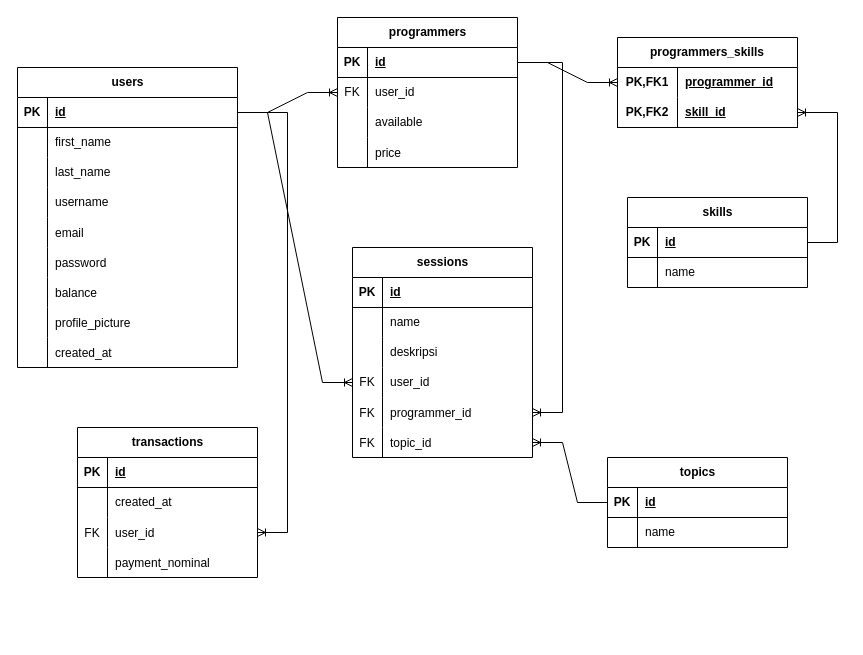
The draw.io diagram page "ERD" (1 of 2) of design/haloDev.drawio in leviis10/halo-dev, before the edit. Source tidied: cells renumbered, new cells numbered last; positions are measured from the earlier drawing's top-left corner, leaving out a move shared by most shapes. Both pictures are drawn from the tidied source at 100%, with x=0, y=0 at pixel (17, 17).
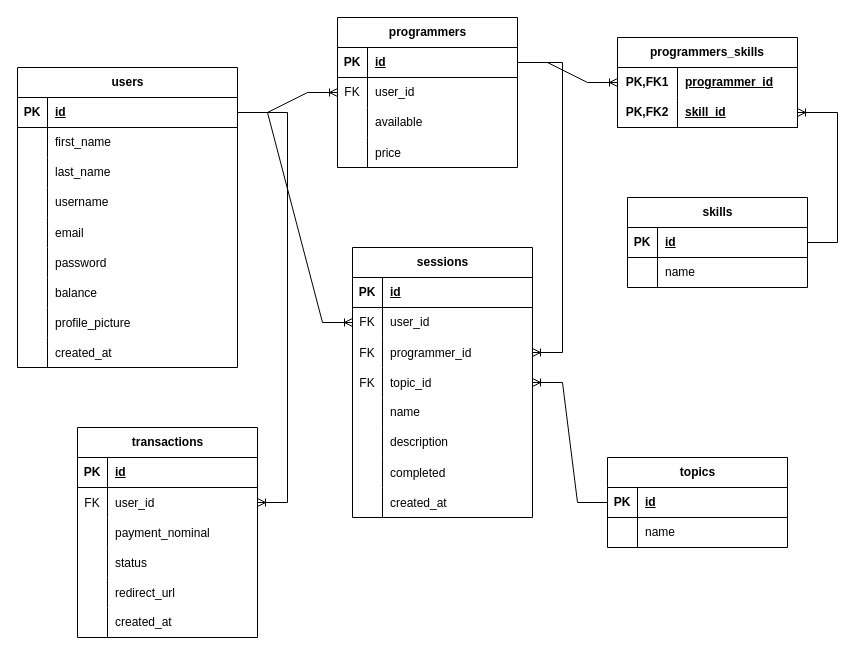
Above is the later version.

Change to the diagram source:
```diff
@@
     <mxCell id="60" value="transactions" style="shape=table;startSize=30;childLayout=tableLayout;rowLines=0;fontStyle=1;align=center;html=1;" parent="1" vertex="1">
-      <mxGeometry x="60" y="410" width="180" height="150" as="geometry" />
+      <mxGeometry x="60" y="410" width="180" height="210" as="geometry" />
     </mxCell>
@@
-    <mxCell id="64" style="shape=tableRow;horizontal=0;startSize=0;swimlaneHead=0;swimlaneBody=0;fillColor=none;top=0;left=0;right=0;bottom=0;" parent="60" vertex="1">
-      <mxGeometry y="60" width="180" height="30" as="geometry" />
-    </mxCell>
-    <mxCell id="65" style="shape=partialRectangle;fillColor=none;top=0;left=0;bottom=0;right=0;overflow=hidden;whiteSpace=wrap;html=1;" parent="64" vertex="1">
-      <mxGeometry width="30" height="30" as="geometry" />
-    </mxCell>
-    <mxCell id="66" value="created_at" style="shape=partialRectangle;fillColor=none;top=0;left=0;bottom=0;right=0;align=left;spacingLeft=6;overflow=hidden;whiteSpace=wrap;html=1;" parent="64" vertex="1">
-      <mxGeometry x="30" width="150" height="30" as="geometry" />
-    </mxCell>
     <mxCell id="67" style="shape=tableRow;horizontal=0;startSize=0;swimlaneHead=0;swimlaneBody=0;fillColor=none;points=[[0,0.5],[1,0.5]];portConstraint=eastwest;top=0;left=0;right=0;bottom=0;" parent="60" vertex="1">
-      <mxGeometry y="90" width="180" height="30" as="geometry" />
+      <mxGeometry y="60" width="180" height="30" as="geometry" />
     </mxCell>
@@
     <mxCell id="70" style="shape=tableRow;horizontal=0;startSize=0;swimlaneHead=0;swimlaneBody=0;fillColor=none;top=0;left=0;right=0;bottom=0;" parent="60" vertex="1">
-      <mxGeometry y="120" width="180" height="30" as="geometry" />
+      <mxGeometry y="90" width="180" height="30" as="geometry" />
     </mxCell>
@@
+    <mxCell id="103" style="shape=tableRow;horizontal=0;startSize=0;swimlaneHead=0;swimlaneBody=0;fillColor=none;top=0;left=0;right=0;bottom=0;" parent="60" vertex="1">
+      <mxGeometry y="120" width="180" height="30" as="geometry" />
+    </mxCell>
+    <mxCell id="104" style="shape=partialRectangle;fillColor=none;top=0;left=0;bottom=0;right=0;overflow=hidden;" parent="103" vertex="1">
+      <mxGeometry width="30" height="30" as="geometry" />
+    </mxCell>
+    <mxCell id="105" value="status" style="shape=partialRectangle;fillColor=none;top=0;left=0;bottom=0;right=0;align=left;spacingLeft=6;overflow=hidden;" parent="103" vertex="1">
+      <mxGeometry x="30" width="150" height="30" as="geometry" />
+    </mxCell>
+    <mxCell id="106" style="shape=tableRow;horizontal=0;startSize=0;swimlaneHead=0;swimlaneBody=0;fillColor=none;top=0;left=0;right=0;bottom=0;" parent="60" vertex="1">
+      <mxGeometry y="150" width="180" height="30" as="geometry" />
+    </mxCell>
+    <mxCell id="107" style="shape=partialRectangle;fillColor=none;top=0;left=0;bottom=0;right=0;overflow=hidden;" parent="106" vertex="1">
+      <mxGeometry width="30" height="30" as="geometry" />
+    </mxCell>
+    <mxCell id="108" value="redirect_url" style="shape=partialRectangle;fillColor=none;top=0;left=0;bottom=0;right=0;align=left;spacingLeft=6;overflow=hidden;" parent="106" vertex="1">
+      <mxGeometry x="30" width="150" height="30" as="geometry" />
+    </mxCell>
+    <mxCell id="64" style="shape=tableRow;horizontal=0;startSize=0;swimlaneHead=0;swimlaneBody=0;fillColor=none;top=0;left=0;right=0;bottom=0;" parent="60" vertex="1">
+      <mxGeometry y="180" width="180" height="30" as="geometry" />
+    </mxCell>
+    <mxCell id="65" style="shape=partialRectangle;fillColor=none;top=0;left=0;bottom=0;right=0;overflow=hidden;whiteSpace=wrap;html=1;" parent="64" vertex="1">
+      <mxGeometry width="30" height="30" as="geometry" />
+    </mxCell>
+    <mxCell id="66" value="created_at" style="shape=partialRectangle;fillColor=none;top=0;left=0;bottom=0;right=0;align=left;spacingLeft=6;overflow=hidden;whiteSpace=wrap;html=1;" parent="64" vertex="1">
+      <mxGeometry x="30" width="150" height="30" as="geometry" />
+    </mxCell>
@@
     <mxCell id="80" value="sessions" style="shape=table;startSize=30;childLayout=tableLayout;rowLines=0;fontStyle=1;align=center;html=1;" parent="1" vertex="1">
-      <mxGeometry x="335" y="230" width="180" height="210" as="geometry" />
+      <mxGeometry x="335" y="230" width="180" height="270" as="geometry" />
     </mxCell>
@@
-    <mxCell id="84" style="shape=tableRow;horizontal=0;startSize=0;swimlaneHead=0;swimlaneBody=0;fillColor=none;top=0;left=0;right=0;bottom=0;" parent="80" vertex="1">
-      <mxGeometry y="60" width="180" height="30" as="geometry" />
-    </mxCell>
-    <mxCell id="85" style="shape=partialRectangle;fillColor=none;top=0;left=0;bottom=0;right=0;overflow=hidden;whiteSpace=wrap;html=1;" parent="84" vertex="1">
-      <mxGeometry width="30" height="30" as="geometry" />
-    </mxCell>
-    <mxCell id="86" value="name" style="shape=partialRectangle;fillColor=none;top=0;left=0;bottom=0;right=0;align=left;spacingLeft=6;overflow=hidden;whiteSpace=wrap;html=1;" parent="84" vertex="1">
-      <mxGeometry x="30" width="150" height="30" as="geometry" />
-    </mxCell>
-    <mxCell id="87" style="shape=tableRow;horizontal=0;startSize=0;swimlaneHead=0;swimlaneBody=0;fillColor=none;top=0;left=0;right=0;bottom=0;" parent="80" vertex="1">
-      <mxGeometry y="90" width="180" height="30" as="geometry" />
-    </mxCell>
-    <mxCell id="88" style="shape=partialRectangle;fillColor=none;top=0;left=0;bottom=0;right=0;overflow=hidden;whiteSpace=wrap;html=1;" parent="87" vertex="1">
-      <mxGeometry width="30" height="30" as="geometry" />
-    </mxCell>
-    <mxCell id="89" value="deskripsi" style="shape=partialRectangle;fillColor=none;top=0;left=0;bottom=0;right=0;align=left;spacingLeft=6;overflow=hidden;whiteSpace=wrap;html=1;" parent="87" vertex="1">
-      <mxGeometry x="30" width="150" height="30" as="geometry" />
-    </mxCell>
     <mxCell id="90" style="shape=tableRow;horizontal=0;startSize=0;swimlaneHead=0;swimlaneBody=0;fillColor=none;points=[[0,0.5],[1,0.5]];portConstraint=eastwest;top=0;left=0;right=0;bottom=0;" parent="80" vertex="1">
-      <mxGeometry y="120" width="180" height="30" as="geometry" />
+      <mxGeometry y="60" width="180" height="30" as="geometry" />
     </mxCell>
@@
     <mxCell id="93" style="shape=tableRow;horizontal=0;startSize=0;swimlaneHead=0;swimlaneBody=0;fillColor=none;points=[[0,0.5],[1,0.5]];portConstraint=eastwest;top=0;left=0;right=0;bottom=0;" parent="80" vertex="1">
-      <mxGeometry y="150" width="180" height="30" as="geometry" />
+      <mxGeometry y="90" width="180" height="30" as="geometry" />
     </mxCell>
@@
     <mxCell id="96" style="shape=tableRow;horizontal=0;startSize=0;swimlaneHead=0;swimlaneBody=0;fillColor=none;points=[[0,0.5],[1,0.5]];portConstraint=eastwest;top=0;left=0;right=0;bottom=0;" parent="80" vertex="1">
-      <mxGeometry y="180" width="180" height="30" as="geometry" />
+      <mxGeometry y="120" width="180" height="30" as="geometry" />
     </mxCell>
@@
+    <mxCell id="84" style="shape=tableRow;horizontal=0;startSize=0;swimlaneHead=0;swimlaneBody=0;fillColor=none;top=0;left=0;right=0;bottom=0;" parent="80" vertex="1">
+      <mxGeometry y="150" width="180" height="30" as="geometry" />
+    </mxCell>
+    <mxCell id="85" style="shape=partialRectangle;fillColor=none;top=0;left=0;bottom=0;right=0;overflow=hidden;whiteSpace=wrap;html=1;" parent="84" vertex="1">
+      <mxGeometry width="30" height="30" as="geometry" />
+    </mxCell>
+    <mxCell id="86" value="name" style="shape=partialRectangle;fillColor=none;top=0;left=0;bottom=0;right=0;align=left;spacingLeft=6;overflow=hidden;whiteSpace=wrap;html=1;" parent="84" vertex="1">
+      <mxGeometry x="30" width="150" height="30" as="geometry" />
+    </mxCell>
+    <mxCell id="87" style="shape=tableRow;horizontal=0;startSize=0;swimlaneHead=0;swimlaneBody=0;fillColor=none;top=0;left=0;right=0;bottom=0;" parent="80" vertex="1">
+      <mxGeometry y="180" width="180" height="30" as="geometry" />
+    </mxCell>
+    <mxCell id="88" style="shape=partialRectangle;fillColor=none;top=0;left=0;bottom=0;right=0;overflow=hidden;whiteSpace=wrap;html=1;" parent="87" vertex="1">
+      <mxGeometry width="30" height="30" as="geometry" />
+    </mxCell>
+    <mxCell id="89" value="description" style="shape=partialRectangle;fillColor=none;top=0;left=0;bottom=0;right=0;align=left;spacingLeft=6;overflow=hidden;whiteSpace=wrap;html=1;" parent="87" vertex="1">
+      <mxGeometry x="30" width="150" height="30" as="geometry" />
+    </mxCell>
+    <mxCell id="109" style="shape=tableRow;horizontal=0;startSize=0;swimlaneHead=0;swimlaneBody=0;fillColor=none;top=0;left=0;right=0;bottom=0;" parent="80" vertex="1">
+      <mxGeometry y="210" width="180" height="30" as="geometry" />
+    </mxCell>
+    <mxCell id="110" style="shape=partialRectangle;fillColor=none;top=0;left=0;bottom=0;right=0;overflow=hidden;" parent="109" vertex="1">
+      <mxGeometry width="30" height="30" as="geometry" />
+    </mxCell>
+    <mxCell id="111" value="completed" style="shape=partialRectangle;fillColor=none;top=0;left=0;bottom=0;right=0;align=left;spacingLeft=6;overflow=hidden;" parent="109" vertex="1">
+      <mxGeometry x="30" width="150" height="30" as="geometry" />
+    </mxCell>
+    <mxCell id="112" style="shape=tableRow;horizontal=0;startSize=0;swimlaneHead=0;swimlaneBody=0;fillColor=none;top=0;left=0;right=0;bottom=0;" parent="80" vertex="1">
+      <mxGeometry y="240" width="180" height="30" as="geometry" />
+    </mxCell>
+    <mxCell id="113" style="shape=partialRectangle;fillColor=none;top=0;left=0;bottom=0;right=0;overflow=hidden;" parent="112" vertex="1">
+      <mxGeometry width="30" height="30" as="geometry" />
+    </mxCell>
+    <mxCell id="114" value="created_at" style="shape=partialRectangle;fillColor=none;top=0;left=0;bottom=0;right=0;align=left;spacingLeft=6;overflow=hidden;" parent="112" vertex="1">
+      <mxGeometry x="30" width="150" height="30" as="geometry" />
+    </mxCell>
```
